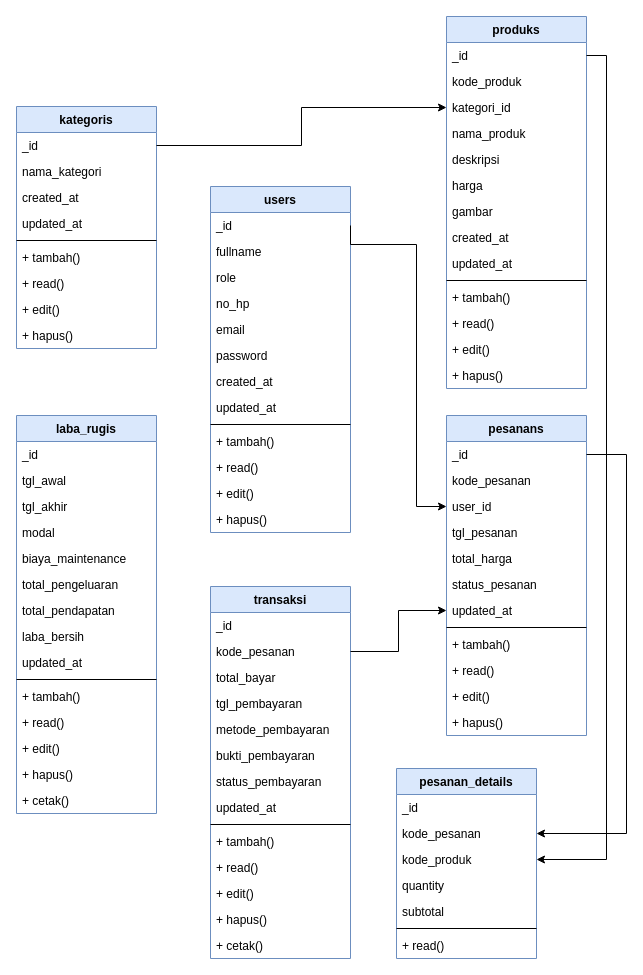
The draw.io diagram Class diagram.drawio in sintariaulia/Diagram, before the edit. Source tidied: cells renumbered, new cells numbered last; positions are measured from the earlier drawing's top-left corner, leaving out a move shared by most shapes. Both pictures are drawn from the tidied source at 100%, with x=0, y=0 at pixel (16, 16).
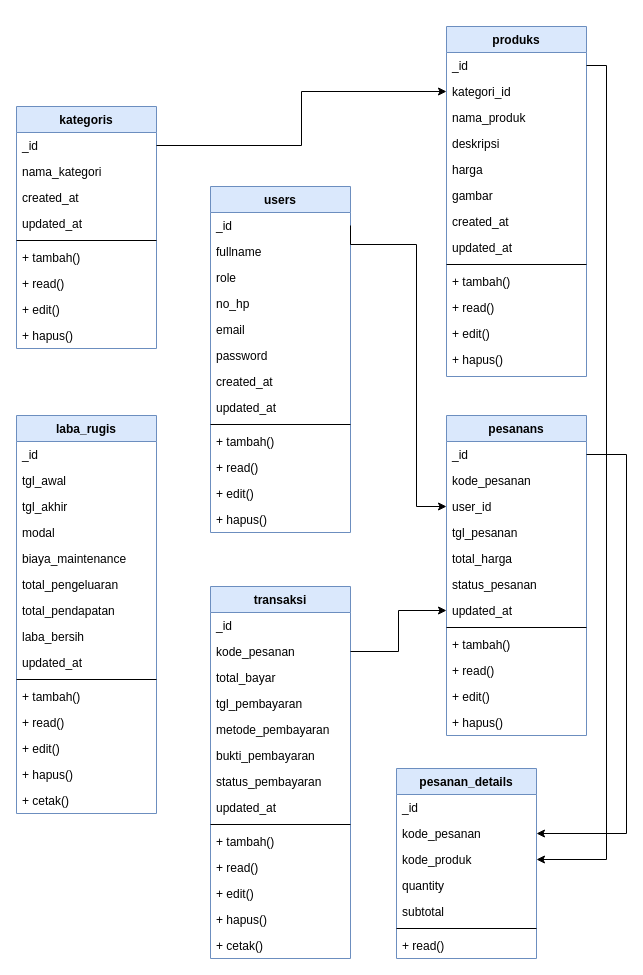
The same diagram, later.

What changed in the source:
```diff
@@
     <mxCell id="12" value="produks" style="swimlane;fontStyle=1;align=center;verticalAlign=top;horizontal=1;startSize=26;rounded=0;shadow=0;strokeWidth=1;fillColor=#dae8fc;strokeColor=#6c8ebf;" parent="1" vertex="1">
-      <mxGeometry x="430" width="140" height="372" as="geometry" />
+      <mxGeometry x="430" y="10" width="140" height="350" as="geometry" />
     </mxCell>
@@
-    <mxCell id="14" value="kode_produk" style="text;align=left;verticalAlign=top;spacingLeft=4;spacingRight=4;overflow=hidden;" parent="12" vertex="1">
-      <mxGeometry y="52" width="140" height="26" as="geometry" />
-    </mxCell>
     <mxCell id="15" value="kategori_id" style="text;align=left;verticalAlign=top;spacingLeft=4;spacingRight=4;overflow=hidden;points=[[0,0.5],[1,0.5]];portConstraint=eastwest;" parent="12" vertex="1">
-      <mxGeometry y="78" width="140" height="26" as="geometry" />
+      <mxGeometry y="52" width="140" height="26" as="geometry" />
     </mxCell>
     <mxCell id="16" value="nama_produk" style="text;align=left;verticalAlign=top;spacingLeft=4;spacingRight=4;overflow=hidden;" parent="12" vertex="1">
-      <mxGeometry y="104" width="140" height="26" as="geometry" />
+      <mxGeometry y="78" width="140" height="26" as="geometry" />
     </mxCell>
     <mxCell id="17" value="deskripsi" style="text;align=left;verticalAlign=top;spacingLeft=4;spacingRight=4;overflow=hidden;" parent="12" vertex="1">
-      <mxGeometry y="130" width="140" height="26" as="geometry" />
+      <mxGeometry y="104" width="140" height="26" as="geometry" />
     </mxCell>
     <mxCell id="18" value="harga" style="text;align=left;verticalAlign=top;spacingLeft=4;spacingRight=4;overflow=hidden;" parent="12" vertex="1">
-      <mxGeometry y="156" width="140" height="26" as="geometry" />
+      <mxGeometry y="130" width="140" height="26" as="geometry" />
     </mxCell>
     <mxCell id="19" value="gambar" style="text;align=left;verticalAlign=top;spacingLeft=4;spacingRight=4;overflow=hidden;" parent="12" vertex="1">
-      <mxGeometry y="182" width="140" height="26" as="geometry" />
+      <mxGeometry y="156" width="140" height="26" as="geometry" />
     </mxCell>
     <mxCell id="20" value="created_at" style="text;align=left;verticalAlign=top;spacingLeft=4;spacingRight=4;overflow=hidden;rounded=0;shadow=0;html=0;" parent="12" vertex="1">
-      <mxGeometry y="208" width="140" height="26" as="geometry" />
+      <mxGeometry y="182" width="140" height="26" as="geometry" />
     </mxCell>
     <mxCell id="21" value="updated_at" style="text;align=left;verticalAlign=top;spacingLeft=4;spacingRight=4;overflow=hidden;rounded=0;shadow=0;html=0;" parent="12" vertex="1">
-      <mxGeometry y="234" width="140" height="26" as="geometry" />
+      <mxGeometry y="208" width="140" height="26" as="geometry" />
     </mxCell>
     <mxCell id="22" style="line;html=1;strokeWidth=1;align=left;verticalAlign=middle;spacingTop=-1;spacingLeft=3;spacingRight=3;labelPosition=right;" parent="12" vertex="1">
-      <mxGeometry y="260" width="140" height="8" as="geometry" />
+      <mxGeometry y="234" width="140" height="8" as="geometry" />
     </mxCell>
     <mxCell id="23" value="+ tambah()" style="text;align=left;verticalAlign=top;spacingLeft=4;spacingRight=4;overflow=hidden;" parent="12" vertex="1">
-      <mxGeometry y="268" width="140" height="26" as="geometry" />
+      <mxGeometry y="242" width="140" height="26" as="geometry" />
     </mxCell>
     <mxCell id="24" value="+ read()" style="text;align=left;verticalAlign=top;spacingLeft=4;spacingRight=4;overflow=hidden;" parent="12" vertex="1">
-      <mxGeometry y="294" width="140" height="26" as="geometry" />
+      <mxGeometry y="268" width="140" height="26" as="geometry" />
     </mxCell>
     <mxCell id="25" value="+ edit()" style="text;align=left;verticalAlign=top;spacingLeft=4;spacingRight=4;overflow=hidden;" parent="12" vertex="1">
-      <mxGeometry y="320" width="140" height="26" as="geometry" />
+      <mxGeometry y="294" width="140" height="26" as="geometry" />
     </mxCell>
     <mxCell id="26" value="+ hapus()" style="text;align=left;verticalAlign=top;spacingLeft=4;spacingRight=4;overflow=hidden;" parent="12" vertex="1">
-      <mxGeometry y="346" width="140" height="26" as="geometry" />
+      <mxGeometry y="320" width="140" height="26" as="geometry" />
     </mxCell>
```
